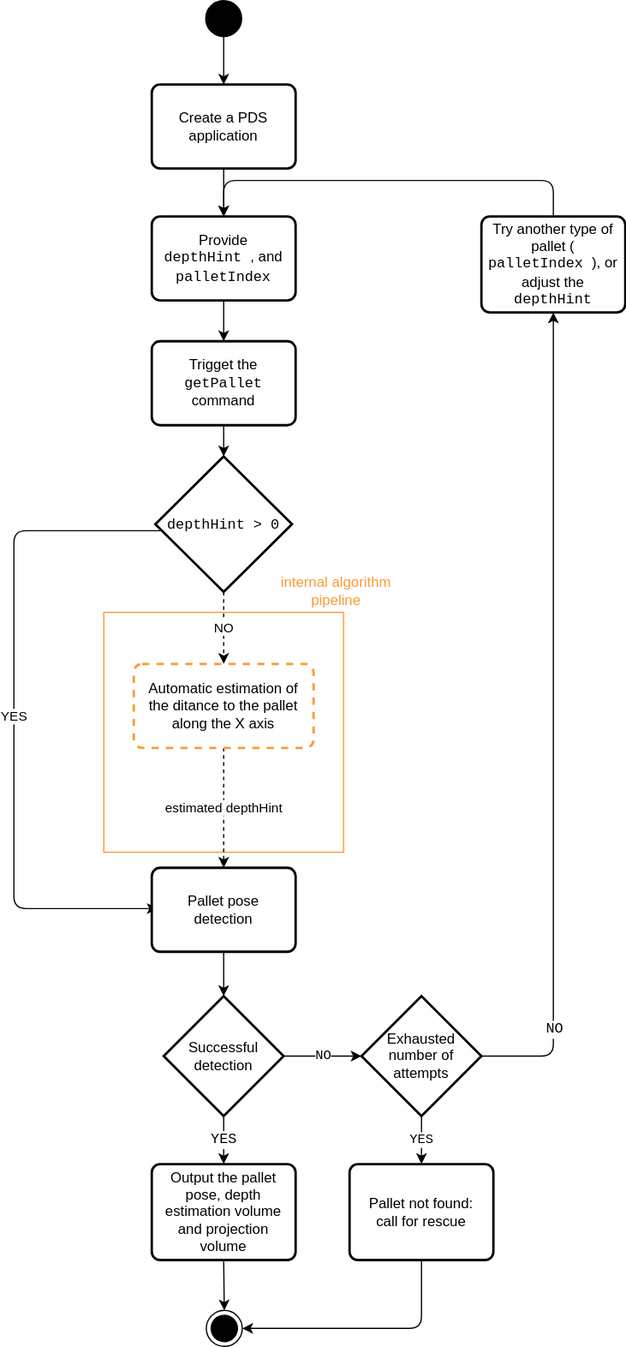
ifm/documentation keeps this draw.io diagram as PDS/GetPallet/resources/getPallet_flowchart.drawio.svg. Above is the earlier version. Source tidied: cells renumbered, new cells last; positions are measured from the earlier drawing's top-left corner, leaving out a move shared by most shapes.
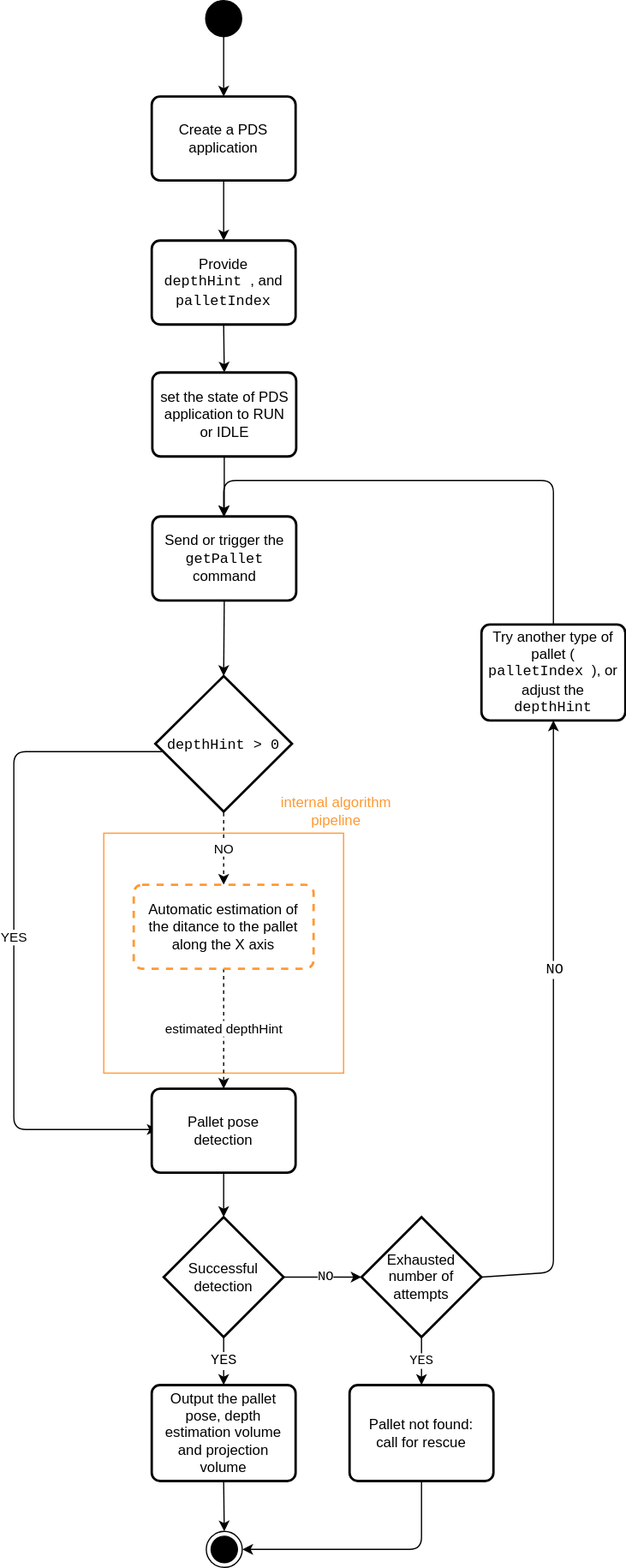
Above is the later version.

Change to the diagram source:
```diff
@@ -8,8 +8,10 @@
     <mxCell id="3" style="edgeStyle=none;html=1;exitX=0.5;exitY=1;exitDx=0;exitDy=0;entryX=0.5;entryY=0;entryDx=0;entryDy=0;" parent="1" edge="1" source="21" target="20">
       <mxGeometry relative="1" as="geometry" />
     </mxCell>
-    <mxCell id="4" value="NO" style="edgeStyle=none;html=1;exitX=0.5;exitY=1;exitDx=0;exitDy=0;exitPerimeter=0;entryX=0.5;entryY=0;entryDx=0;entryDy=0;dashed=1;" parent="1" edge="1" source="6" target="8">
-      <mxGeometry relative="1" as="geometry" />
+    <mxCell id="4" value="NO" style="edgeStyle=none;html=1;exitX=0.5;exitY=1;exitDx=0;exitDy=0;exitPerimeter=0;entryX=0.5;entryY=0;entryDx=0;entryDy=0;dashed=1;" parent="1" edge="1" target="8">
+      <mxGeometry relative="1" as="geometry">
+        <mxPoint x="175" y="493" as="sourcePoint" />
+      </mxGeometry>
     </mxCell>
     <mxCell id="5" value="YES" style="edgeStyle=none;html=1;exitX=0;exitY=0.5;exitDx=0;exitDy=0;exitPerimeter=0;entryX=0;entryY=0.5;entryDx=0;entryDy=0;" parent="1" edge="1">
       <mxGeometry relative="1" as="geometry">
@@ -22,7 +24,7 @@
       </mxGeometry>
     </mxCell>
     <mxCell id="6" value="&lt;font face=&quot;Courier New&quot;&gt;depthHint &amp;gt; 0&lt;/font&gt;" style="strokeWidth=2;html=1;shape=mxgraph.flowchart.decision;whiteSpace=wrap;spacingLeft=5;spacingTop=5;spacingBottom=5;spacingRight=5;" parent="1" vertex="1">
-      <mxGeometry x="118" y="380" width="114" height="113" as="geometry" />
+      <mxGeometry x="118" y="379" width="114" height="113" as="geometry" />
     </mxCell>
     <mxCell id="7" value="estimated depthHint" style="edgeStyle=none;html=1;exitX=0.5;exitY=1;exitDx=0;exitDy=0;entryX=0.5;entryY=0;entryDx=0;entryDy=0;dashed=1;" parent="1" edge="1" source="8" target="11">
       <mxGeometry relative="1" as="geometry" />
@@ -30,9 +32,6 @@
     <mxCell id="8" value="Automatic estimation of the ditance to the pallet along the X axis" style="rounded=1;whiteSpace=wrap;html=1;absoluteArcSize=1;arcSize=14;strokeWidth=2;dashed=1;strokeColor=#FF9933;spacingLeft=5;spacingRight=5;" parent="1" vertex="1">
       <mxGeometry x="100" y="553" width="150" height="70" as="geometry" />
     </mxCell>
-    <mxCell id="9" style="edgeStyle=none;html=1;exitX=0.5;exitY=1;exitDx=0;exitDy=0;entryX=0.5;entryY=0;entryDx=0;entryDy=0;" parent="1" edge="1" source="20" target="15">
-      <mxGeometry relative="1" as="geometry" />
-    </mxCell>
     <mxCell id="10" style="edgeStyle=none;html=1;exitX=0.5;exitY=1;exitDx=0;exitDy=0;entryX=0.5;entryY=0;entryDx=0;entryDy=0;entryPerimeter=0;fontFamily=Courier New;fontColor=#FF9933;" parent="1" edge="1" source="11" target="26">
       <mxGeometry relative="1" as="geometry" />
     </mxCell>
@@ -48,8 +47,8 @@
     <mxCell id="14" style="edgeStyle=none;html=1;exitX=0.5;exitY=1;exitDx=0;exitDy=0;entryX=0.5;entryY=0;entryDx=0;entryDy=0;entryPerimeter=0;" parent="1" edge="1" source="15" target="6">
       <mxGeometry relative="1" as="geometry" />
     </mxCell>
-    <mxCell id="15" value="Trigget the &lt;font face=&quot;Courier New&quot;&gt;getPallet&lt;/font&gt;&amp;nbsp;&lt;br&gt;command" style="rounded=1;whiteSpace=wrap;html=1;absoluteArcSize=1;arcSize=14;strokeWidth=2;spacingLeft=5;spacingRight=5;" parent="1" vertex="1">
-      <mxGeometry x="115" y="284" width="120" height="70" as="geometry" />
+    <mxCell id="15" value="Send or trigger the &lt;font face=&quot;Courier New&quot;&gt;getPallet&lt;/font&gt;&amp;nbsp;&lt;br&gt;command" style="rounded=1;whiteSpace=wrap;html=1;absoluteArcSize=1;arcSize=14;strokeWidth=2;spacingLeft=5;spacingRight=5;" parent="1" vertex="1">
+      <mxGeometry x="115.5" y="246" width="120" height="70" as="geometry" />
     </mxCell>
     <mxCell id="16" style="ellipse;html=1;shape=endState;fillColor=strokeColor;" parent="1" vertex="1">
       <mxGeometry x="160.5" y="1092" width="30" height="30" as="geometry" />
@@ -58,16 +57,19 @@
       <mxGeometry relative="1" as="geometry" />
     </mxCell>
     <mxCell id="18" style="ellipse;fillColor=strokeColor;" parent="1" vertex="1">
-      <mxGeometry x="160" width="30" height="30" as="geometry" />
+      <mxGeometry x="160" y="-184" width="30" height="30" as="geometry" />
     </mxCell>
     <mxCell id="19" value="internal algorithm pipeline" style="rounded=0;whiteSpace=wrap;html=1;dashed=1;fillColor=none;strokeColor=none;fontColor=#FF9933;" parent="1" vertex="1">
       <mxGeometry x="209" y="462" width="120" height="60" as="geometry" />
     </mxCell>
+    <mxCell id="33" style="edgeStyle=none;html=1;exitX=0.5;exitY=1;exitDx=0;exitDy=0;entryX=0.5;entryY=0;entryDx=0;entryDy=0;" parent="1" edge="1" source="20" target="35">
+      <mxGeometry relative="1" as="geometry" />
+    </mxCell>
     <mxCell id="20" value="Provide &lt;font face=&quot;Courier New&quot;&gt;depthHint&lt;/font&gt;, and &lt;font face=&quot;Courier New&quot;&gt;palletIndex&lt;/font&gt;&amp;nbsp;" style="rounded=1;whiteSpace=wrap;html=1;absoluteArcSize=1;arcSize=14;strokeWidth=2;spacingLeft=5;spacingRight=5;" parent="1" vertex="1">
-      <mxGeometry x="115" y="180" width="120" height="70" as="geometry" />
+      <mxGeometry x="115" y="16" width="120" height="70" as="geometry" />
     </mxCell>
     <mxCell id="21" value="Create a PDS application" style="rounded=1;whiteSpace=wrap;html=1;absoluteArcSize=1;arcSize=14;strokeWidth=2;" parent="1" vertex="1">
-      <mxGeometry x="115" y="70" width="120" height="70" as="geometry" />
+      <mxGeometry x="115" y="-104" width="120" height="70" as="geometry" />
     </mxCell>
     <mxCell id="22" value="&lt;font style=&quot;font-size: 12px;&quot; color=&quot;#000000&quot;&gt;YES&lt;br&gt;&lt;/font&gt;" style="edgeStyle=none;html=1;exitX=0.5;exitY=1;exitDx=0;exitDy=0;exitPerimeter=0;fontFamily=Courier New;fontColor=#FF9933;" parent="1" edge="1" source="26" target="13">
       <mxGeometry relative="1" as="geometry" />
@@ -75,30 +77,32 @@
     <mxCell id="23" style="edgeStyle=none;html=1;exitX=1;exitY=0.5;exitDx=0;exitDy=0;exitPerimeter=0;entryX=0.5;entryY=1;entryDx=0;entryDy=0;fontFamily=Courier New;fontSize=12;fontColor=#000000;" parent="1" edge="1" source="30" target="28">
       <mxGeometry relative="1" as="geometry">
         <Array as="points">
-          <mxPoint x="450" y="880" />
+          <mxPoint x="450" y="876" />
         </Array>
       </mxGeometry>
     </mxCell>
     <mxCell id="24" value="NO" style="edgeLabel;html=1;align=center;verticalAlign=middle;fontSize=12;fontFamily=Courier New;fontColor=#000000;" parent="23" vertex="1">
-      <mxGeometry x="-0.76" relative="1" as="geometry" />
+      <mxGeometry x="-0.76" relative="1" as="geometry">
+        <mxPoint y="-249" as="offset" />
+      </mxGeometry>
     </mxCell>
     <mxCell id="25" value="NO" style="edgeStyle=none;html=1;exitX=1;exitY=0.5;exitDx=0;exitDy=0;exitPerimeter=0;entryX=0;entryY=0.5;entryDx=0;entryDy=0;entryPerimeter=0;fontFamily=Courier New;" parent="1" edge="1" source="26" target="30">
-      <mxGeometry relative="1" as="geometry" />
+      <mxGeometry x="0.08" relative="1" as="geometry" />
     </mxCell>
     <mxCell id="26" value="Successful detection" style="strokeWidth=2;html=1;shape=mxgraph.flowchart.decision;whiteSpace=wrap;spacingLeft=5;spacingTop=5;spacingBottom=5;spacingRight=5;" parent="1" vertex="1">
       <mxGeometry x="125" y="830" width="100" height="100" as="geometry" />
     </mxCell>
-    <mxCell id="27" style="edgeStyle=none;html=1;exitX=0.5;exitY=0;exitDx=0;exitDy=0;entryX=0.5;entryY=0;entryDx=0;entryDy=0;fontFamily=Courier New;" parent="1" edge="1" source="28" target="20">
+    <mxCell id="27" style="edgeStyle=none;html=1;exitX=0.5;exitY=0;exitDx=0;exitDy=0;fontFamily=Courier New;" parent="1" edge="1" source="28">
       <mxGeometry relative="1" as="geometry">
+        <mxPoint x="175" y="246" as="targetPoint" />
         <Array as="points">
-          <mxPoint x="450" y="150" />
-          <mxPoint x="310" y="150" />
-          <mxPoint x="175" y="150" />
+          <mxPoint x="450" y="216" />
+          <mxPoint x="175" y="216" />
         </Array>
       </mxGeometry>
     </mxCell>
     <mxCell id="28" value="Try another type of pallet (&lt;font face=&quot;Courier New&quot;&gt;palletIndex&lt;/font&gt;), or adjust the &lt;font face=&quot;Courier New&quot;&gt;depthHint&lt;/font&gt;" style="rounded=1;whiteSpace=wrap;html=1;absoluteArcSize=1;arcSize=14;strokeWidth=2;spacingLeft=5;spacingRight=5;" parent="1" vertex="1">
-      <mxGeometry x="390" y="180" width="120" height="80" as="geometry" />
+      <mxGeometry x="390" y="336" width="120" height="80" as="geometry" />
     </mxCell>
     <mxCell id="29" value="YES" style="edgeStyle=none;html=1;exitX=0.5;exitY=1;exitDx=0;exitDy=0;exitPerimeter=0;entryX=0.5;entryY=0;entryDx=0;entryDy=0;fontFamily=Courier New;" parent="1" edge="1" source="30" target="32">
       <mxGeometry relative="1" as="geometry" />
@@ -116,5 +120,11 @@
     <mxCell id="32" value="Pallet not found: call for rescue" style="rounded=1;whiteSpace=wrap;html=1;absoluteArcSize=1;arcSize=14;strokeWidth=2;spacingLeft=5;spacingRight=5;spacingTop=5;spacingBottom=5;" parent="1" vertex="1">
       <mxGeometry x="280" y="970" width="120" height="80" as="geometry" />
     </mxCell>
+    <mxCell id="34" style="edgeStyle=none;html=1;exitX=0.5;exitY=1;exitDx=0;exitDy=0;" parent="1" edge="1" source="35" target="15">
+      <mxGeometry relative="1" as="geometry" />
+    </mxCell>
+    <mxCell id="35" value="set the state of PDS application to RUN or IDLE" style="rounded=1;whiteSpace=wrap;html=1;absoluteArcSize=1;arcSize=14;strokeWidth=2;spacingLeft=5;spacingRight=5;" parent="1" vertex="1">
+      <mxGeometry x="115.5" y="126" width="120" height="70" as="geometry" />
+    </mxCell>
   </root>
 </mxGraphModel>
```
